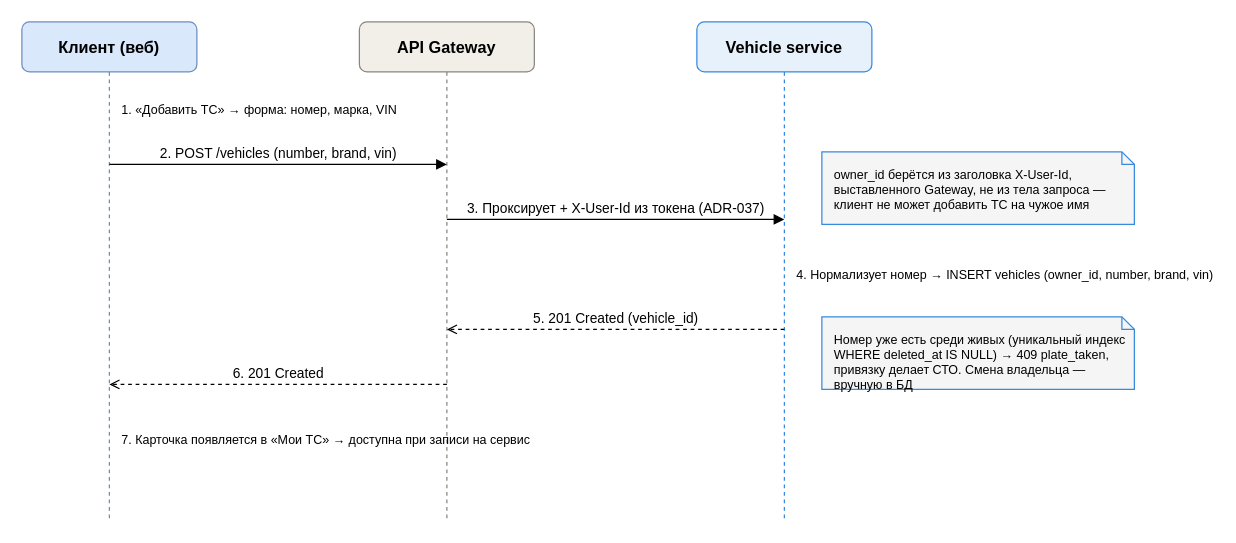
TFRunity/sto keeps this draw.io diagram as stuff/uml/sequence/sequence-add-vehicle.drawio. Above is the earlier version. Source tidied: cells renumbered, new cells numbered last; positions are measured from the earlier drawing's top-left corner, leaving out a move shared by most shapes. Both pictures are drawn from the tidied source at 125%, with x=0, y=0 at pixel (21, 21).
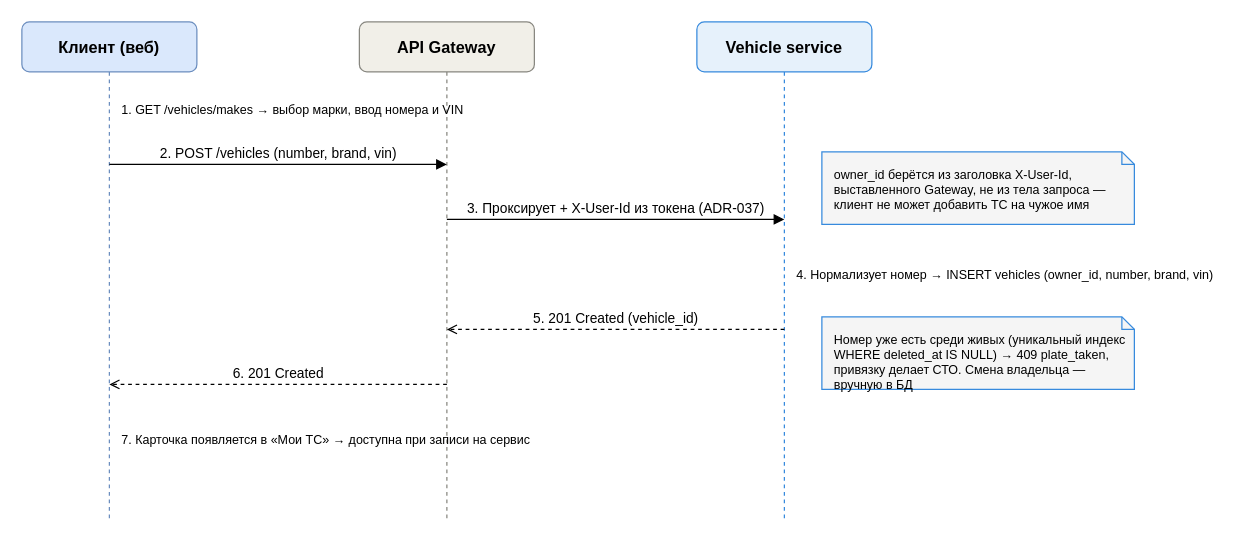
The same diagram, later.

Diff of the diagram source:
```diff
@@
-    <mxCell id="8" value="1. «Добавить ТС» → форма: номер, марка, VIN" style="text;html=1;align=left;verticalAlign=middle;fontSize=10;whiteSpace=nowrap;" parent="1" vertex="1">
+    <mxCell id="8" value="1. GET /vehicles/makes → выбор марки, ввод номера и VIN" style="text;html=1;align=left;verticalAlign=middle;fontSize=10;whiteSpace=nowrap;" parent="1" vertex="1">
       <mxGeometry x="78" y="60" width="10" height="20" as="geometry" />
     </mxCell>
```
